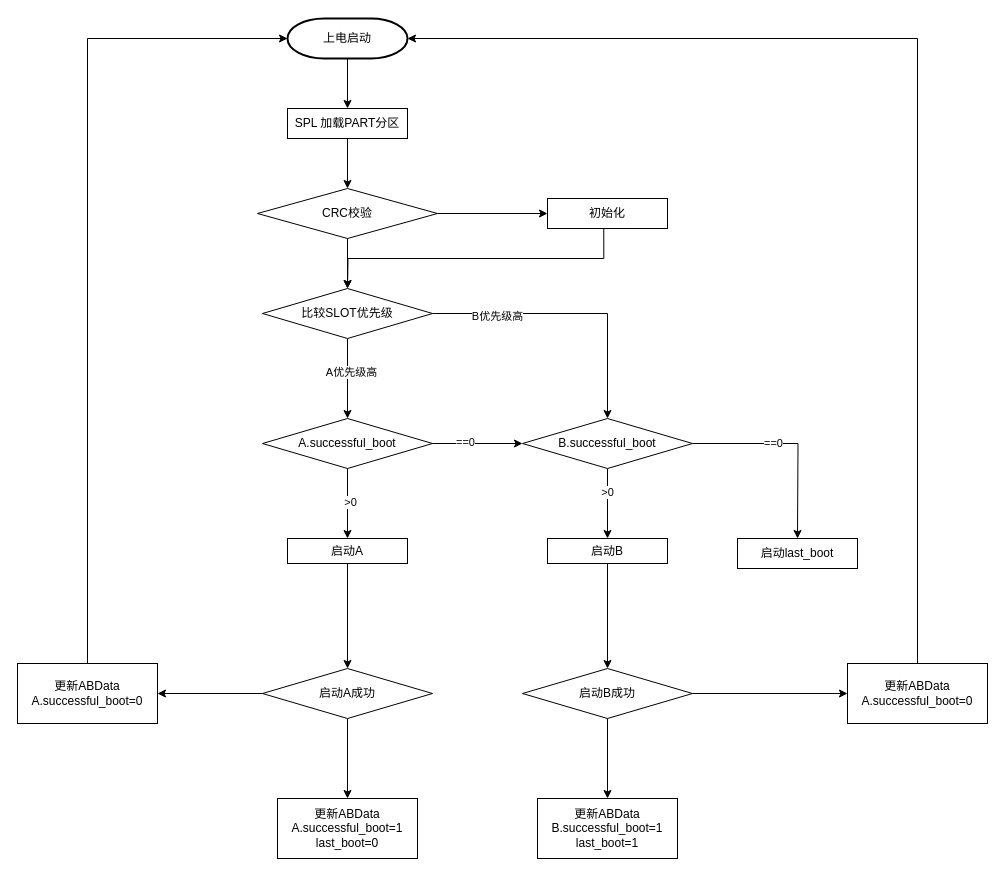
Above: AB_upgrade.drawio in joliet0l/Diagram (draw.io), before the change. Source tidied: cells renumbered, new cells numbered last; positions are measured from the earlier drawing's top-left corner, leaving out a move shared by most shapes. Both pictures are drawn from the tidied source at 100%, with x=0, y=0 at pixel (17, 18).
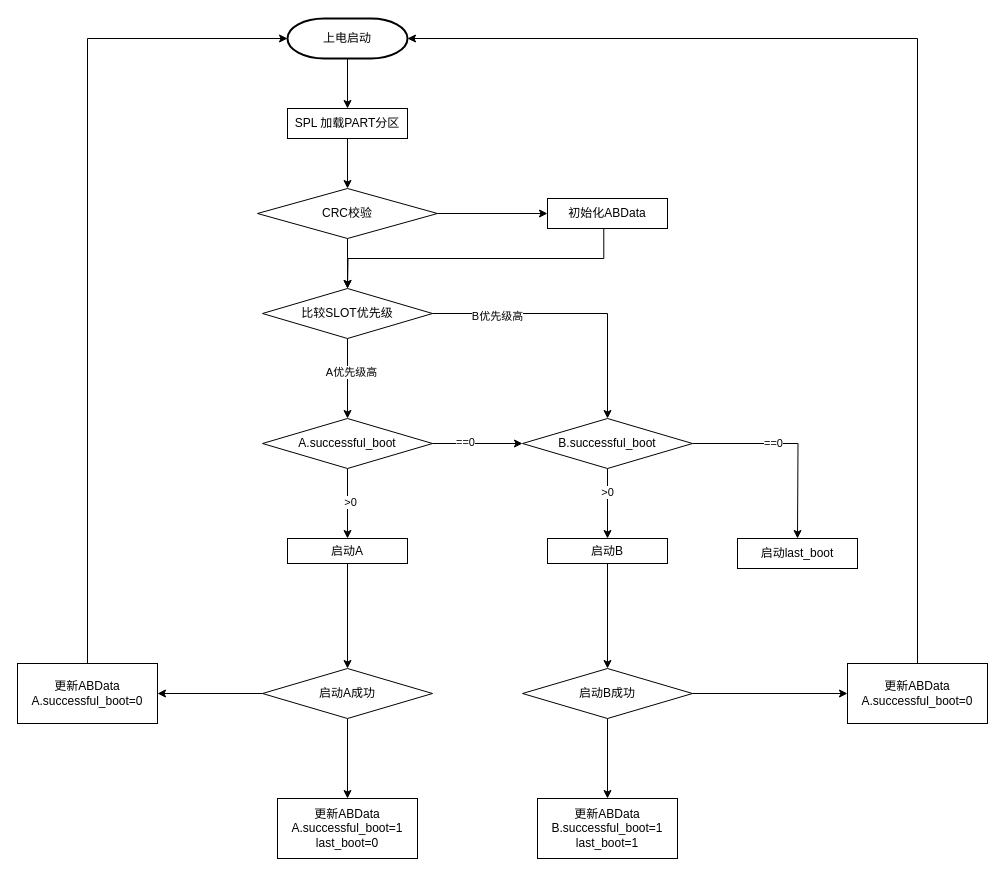
The same page after the edit.

Change to the diagram source:
```diff
@@
-    <mxCell id="20" value="初始化" style="whiteSpace=wrap;html=1;" parent="1" vertex="1">
+    <mxCell id="20" value="初始化ABData" style="whiteSpace=wrap;html=1;" parent="1" vertex="1">
       <mxGeometry x="530" y="180" width="120" height="30" as="geometry" />
     </mxCell>
```
